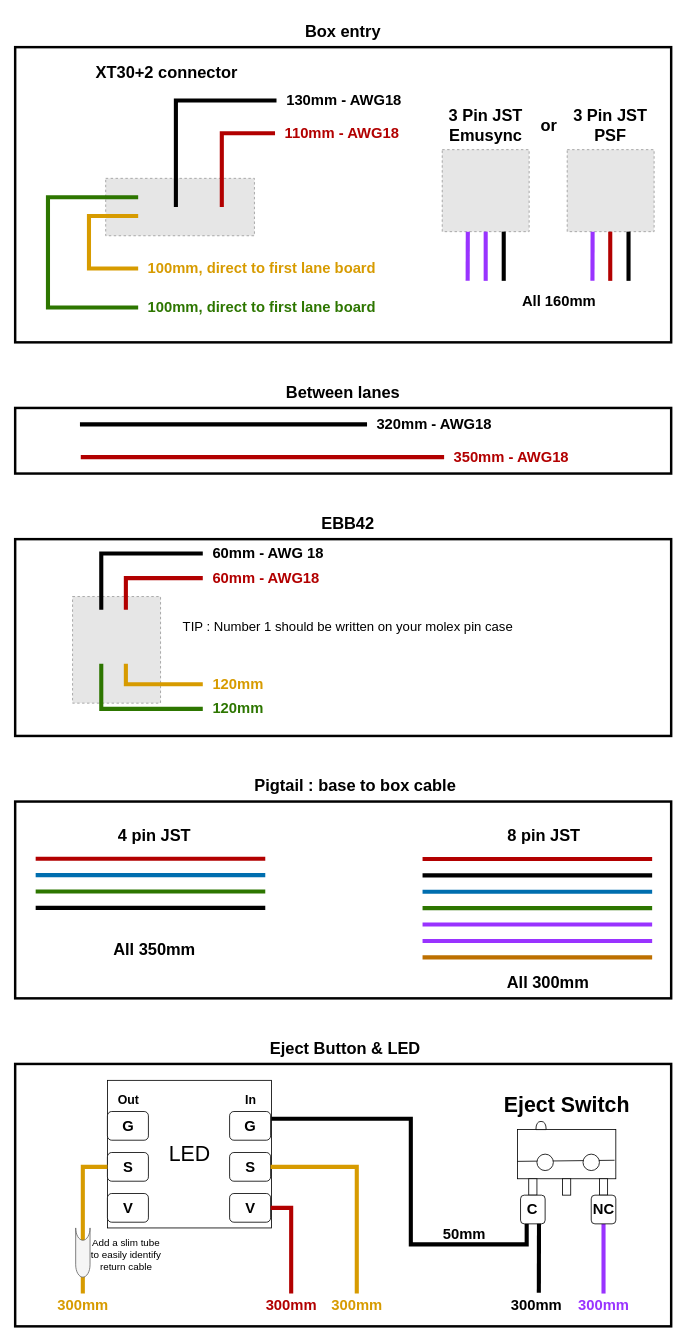
The draw.io diagram docs/assets/wiring_diagrams/EMU Base wiring dimensions.drawio in Dragi2k/EMU, before the edit. Source tidied: cells renumbered, new cells numbered last; positions are measured from the earlier drawing's top-left corner, leaving out a move shared by most shapes. Both pictures are drawn from the tidied source at 82%, with x=0, y=0 at pixel (15, 14). Pictures stored in the file or linked from it are replaced by grey dashed boxes.
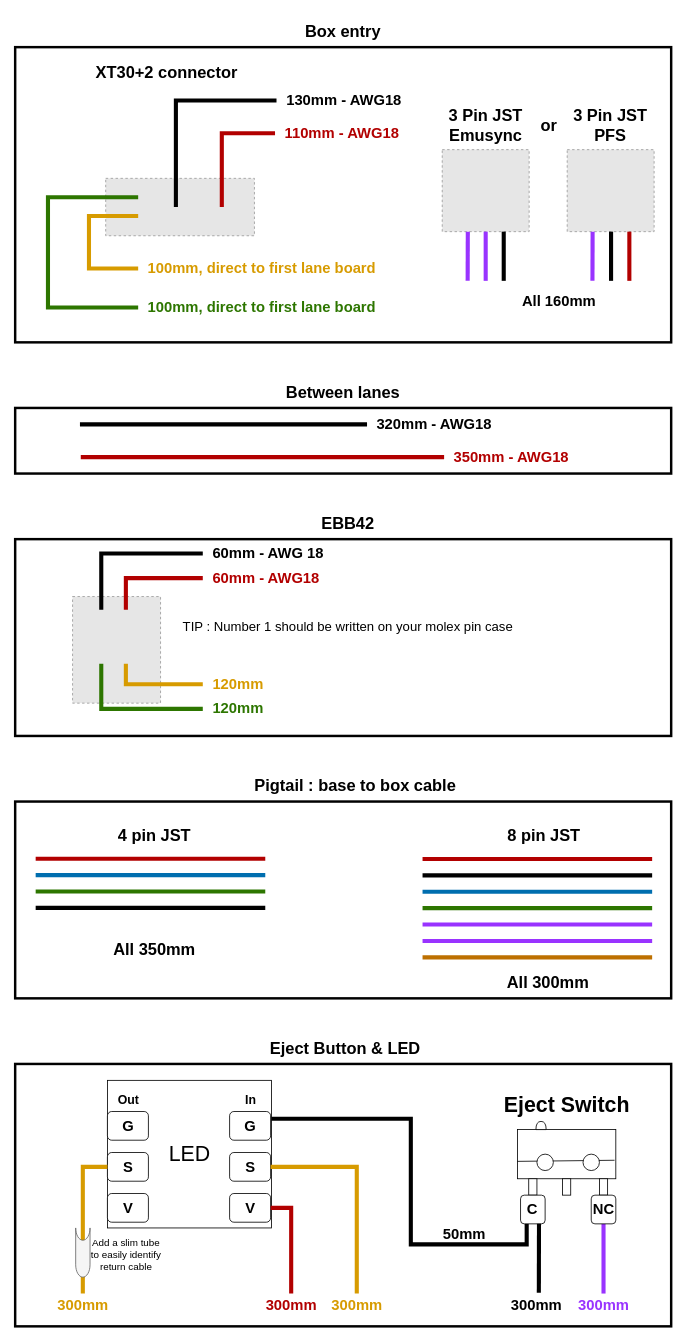
The same page after the edit.

Commit message (it also covers changes not shown here):
Fix wiring for PFS + fix typo (#21)

Diff of the diagram source:
```diff
@@
-    <mxCell id="92" value="3 Pin JST&lt;div&gt;PSF&lt;/div&gt;" style="text;html=1;whiteSpace=wrap;strokeColor=none;fillColor=none;align=center;verticalAlign=middle;rounded=0;fontStyle=1;fontSize=20;" parent="1" vertex="1">
+    <mxCell id="92" value="3 Pin JST&lt;div&gt;PFS&lt;/div&gt;" style="text;html=1;whiteSpace=wrap;strokeColor=none;fillColor=none;align=center;verticalAlign=middle;rounded=0;fontStyle=1;fontSize=20;" parent="1" vertex="1">
       <mxGeometry x="671.2" y="105" width="110" height="60" as="geometry" />
     </mxCell>
@@
     <mxCell id="95" style="rounded=0;orthogonalLoop=1;jettySize=auto;html=1;endArrow=none;endFill=0;strokeWidth=5;jumpStyle=gap;exitX=0.697;exitY=0.998;exitDx=0;exitDy=0;exitPerimeter=0;strokeColor=light-dark(#b20000, #ff7777);" parent="1" edge="1">
       <mxGeometry relative="1" as="geometry">
-        <mxPoint x="725.7" y="265" as="sourcePoint" />
-        <mxPoint x="725.7" y="325" as="targetPoint" />
+        <mxPoint x="749" y="265" as="sourcePoint" />
+        <mxPoint x="749" y="325" as="targetPoint" />
       </mxGeometry>
     </mxCell>
     <mxCell id="96" style="rounded=0;orthogonalLoop=1;jettySize=auto;html=1;strokeColor=#000000;strokeWidth=5;align=center;verticalAlign=middle;fontFamily=Helvetica;fontSize=11;fontColor=default;labelBackgroundColor=default;endArrow=none;endFill=0;fillColor=#1ba1e2;jumpStyle=gap;exitX=0.5;exitY=1;exitDx=0;exitDy=0;" parent="1" edge="1">
       <mxGeometry relative="1" as="geometry">
-        <mxPoint x="748" y="265" as="sourcePoint" />
-        <mxPoint x="748" y="325" as="targetPoint" />
+        <mxPoint x="726.7" y="265" as="sourcePoint" />
+        <mxPoint x="726.7" y="325" as="targetPoint" />
       </mxGeometry>
     </mxCell>
```
